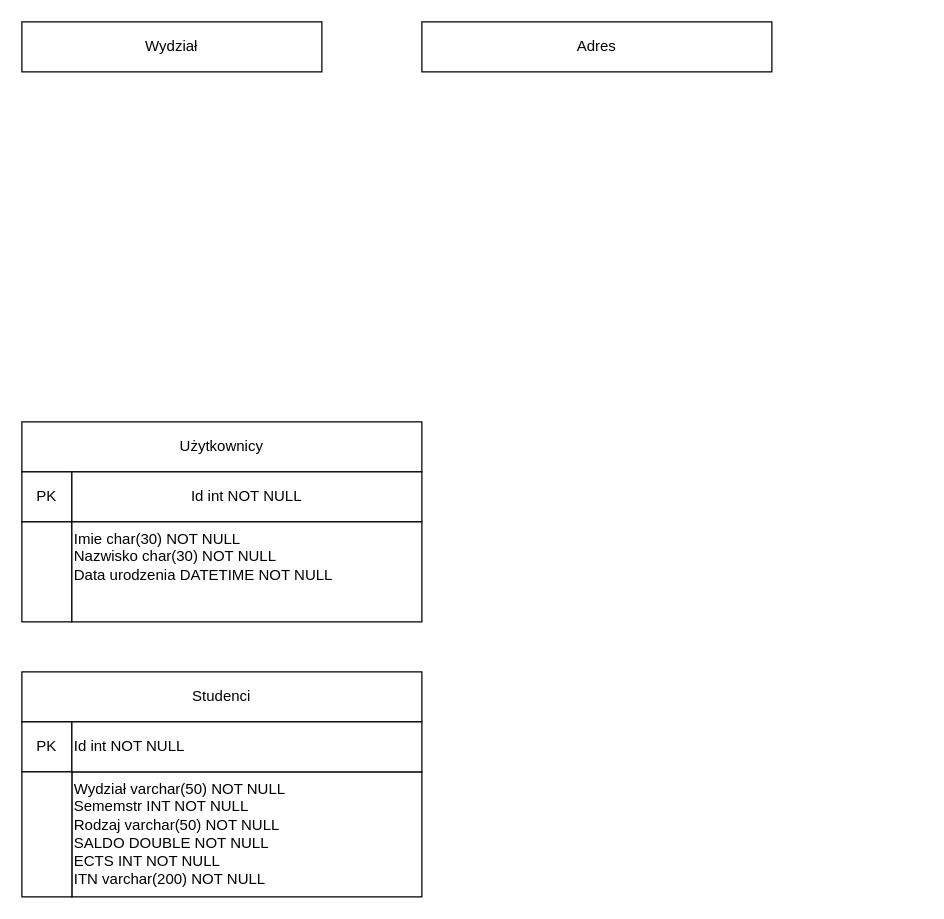
Earlier version of the draw.io diagram lab01/Untitled Diagram.drawio (DarkTemplar1/rbd_lab_tasks). Source tidied: cells renumbered, new cells numbered last; positions are measured from the earlier drawing's top-left corner, leaving out a move shared by most shapes. Both pictures are drawn from the tidied source at 125%, with x=0, y=0 at pixel (21, 21).
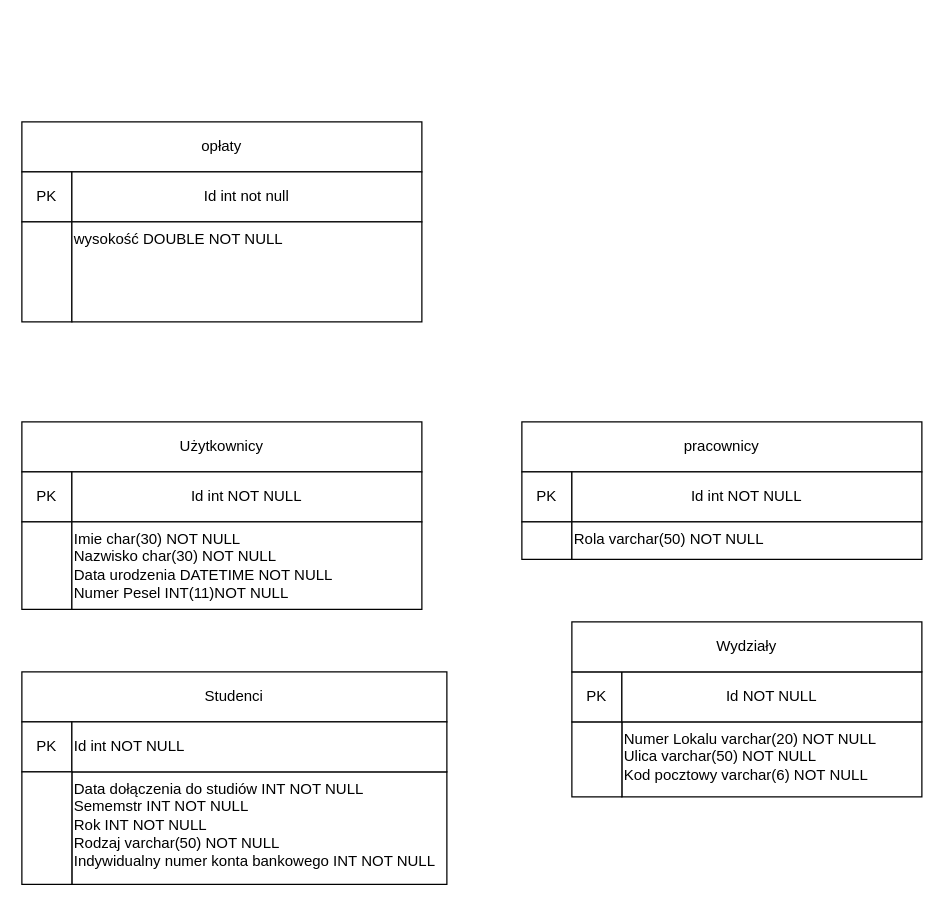
Above is the later version.

Change to the diagram source:
```diff
@@
-    <mxCell id="2" value="Wydział" style="rounded=0;whiteSpace=wrap;html=1;" parent="1" vertex="1">
-      <mxGeometry width="240" height="40" as="geometry" />
-    </mxCell>
-    <mxCell id="3" value="Adres&lt;br&gt;" style="rounded=0;whiteSpace=wrap;html=1;" parent="1" vertex="1">
-      <mxGeometry x="320" width="280" height="40" as="geometry" />
-    </mxCell>
@@
     <mxCell id="7" style="rounded=0;whiteSpace=wrap;html=1;" parent="1" vertex="1">
-      <mxGeometry y="400" width="40" height="80" as="geometry" />
+      <mxGeometry y="400" width="40" height="70" as="geometry" />
     </mxCell>
-    <mxCell id="8" value="Imie char(30) NOT NULL&lt;br&gt;Nazwisko char(30) NOT NULL&lt;br&gt;Data urodzenia DATETIME NOT NULL" style="rounded=0;whiteSpace=wrap;html=1;verticalAlign=top;align=left;" parent="1" vertex="1">
-      <mxGeometry x="40" y="400" width="280" height="80" as="geometry" />
+    <mxCell id="8" value="Imie char(30) NOT NULL&lt;br&gt;Nazwisko char(30) NOT NULL&lt;br&gt;Data urodzenia DATETIME NOT NULL&lt;br&gt;Numer Pesel INT(11)NOT NULL" style="rounded=0;whiteSpace=wrap;html=1;verticalAlign=top;align=left;" parent="1" vertex="1">
+      <mxGeometry x="40" y="400" width="280" height="70" as="geometry" />
     </mxCell>
     <mxCell id="9" value="Studenci" style="rounded=0;whiteSpace=wrap;html=1;" parent="1" vertex="1">
-      <mxGeometry y="520" width="320" height="40" as="geometry" />
+      <mxGeometry y="520" width="340" height="40" as="geometry" />
     </mxCell>
-    <mxCell id="10" value="Wydział varchar(50) NOT NULL&lt;br&gt;Sememstr INT NOT NULL&lt;br&gt;Rodzaj varchar(50) NOT NULL&lt;br&gt;SALDO DOUBLE NOT NULL&amp;nbsp;&lt;br&gt;ECTS INT NOT NULL&lt;br&gt;ITN varchar(200) NOT NULL" style="rounded=0;whiteSpace=wrap;html=1;verticalAlign=top;align=left;" parent="1" vertex="1">
-      <mxGeometry x="40" y="600" width="280" height="100" as="geometry" />
+    <mxCell id="10" value="Data dołączenia do studiów INT NOT NULL&lt;br style=&quot;border-color: var(--border-color);&quot;&gt;Sememstr INT NOT NULL&lt;br&gt;Rok INT NOT NULL&lt;br&gt;Rodzaj varchar(50) NOT NULL&lt;br&gt;Indywidualny numer konta bankowego INT NOT NULL" style="rounded=0;whiteSpace=wrap;html=1;verticalAlign=top;align=left;" parent="1" vertex="1">
+      <mxGeometry x="40" y="600" width="300" height="90" as="geometry" />
     </mxCell>
@@
     <mxCell id="12" value="Id int NOT NULL" style="rounded=0;whiteSpace=wrap;html=1;align=left;" parent="1" vertex="1">
-      <mxGeometry x="40" y="560" width="280" height="40" as="geometry" />
+      <mxGeometry x="40" y="560" width="300" height="40" as="geometry" />
     </mxCell>
     <mxCell id="13" style="rounded=0;whiteSpace=wrap;html=1;" parent="1" vertex="1">
-      <mxGeometry y="600" width="40" height="100" as="geometry" />
+      <mxGeometry y="600" width="40" height="90" as="geometry" />
     </mxCell>
+    <mxCell id="14" value="pracownicy" style="rounded=0;whiteSpace=wrap;html=1;" parent="1" vertex="1">
+      <mxGeometry x="400" y="320" width="320" height="40" as="geometry" />
+    </mxCell>
+    <mxCell id="15" value="PK" style="rounded=0;whiteSpace=wrap;html=1;" parent="1" vertex="1">
+      <mxGeometry x="400" y="360" width="40" height="40" as="geometry" />
+    </mxCell>
+    <mxCell id="16" value="Id int NOT NULL" style="rounded=0;whiteSpace=wrap;html=1;" parent="1" vertex="1">
+      <mxGeometry x="440" y="360" width="280" height="40" as="geometry" />
+    </mxCell>
+    <mxCell id="17" style="rounded=0;whiteSpace=wrap;html=1;" parent="1" vertex="1">
+      <mxGeometry x="400" y="400" width="40" height="30" as="geometry" />
+    </mxCell>
+    <mxCell id="18" value="Rola varchar(50) NOT NULL" style="rounded=0;whiteSpace=wrap;html=1;verticalAlign=top;align=left;" parent="1" vertex="1">
+      <mxGeometry x="440" y="400" width="280" height="30" as="geometry" />
+    </mxCell>
+    <mxCell id="19" value="Numer Lokalu varchar(20) NOT NULL&lt;br&gt;Ulica varchar(50) NOT NULL&lt;br&gt;Kod pocztowy varchar(6) NOT NULL" style="rounded=0;whiteSpace=wrap;html=1;align=left;verticalAlign=top;" parent="1" vertex="1">
+      <mxGeometry x="480" y="560" width="240" height="60" as="geometry" />
+    </mxCell>
+    <mxCell id="20" style="rounded=0;whiteSpace=wrap;html=1;" parent="1" vertex="1">
+      <mxGeometry x="440" y="560" width="40" height="60" as="geometry" />
+    </mxCell>
+    <mxCell id="21" value="PK" style="rounded=0;whiteSpace=wrap;html=1;" parent="1" vertex="1">
+      <mxGeometry x="440" y="520" width="40" height="40" as="geometry" />
+    </mxCell>
+    <mxCell id="22" value="Id NOT NULL" style="rounded=0;whiteSpace=wrap;html=1;" parent="1" vertex="1">
+      <mxGeometry x="480" y="520" width="240" height="40" as="geometry" />
+    </mxCell>
+    <mxCell id="23" value="Wydziały" style="rounded=0;whiteSpace=wrap;html=1;" parent="1" vertex="1">
+      <mxGeometry x="440" y="480" width="280" height="40" as="geometry" />
+    </mxCell>
+    <mxCell id="24" value="opłaty" style="rounded=0;whiteSpace=wrap;html=1;" parent="1" vertex="1">
+      <mxGeometry y="80" width="320" height="40" as="geometry" />
+    </mxCell>
+    <mxCell id="25" value="PK" style="rounded=0;whiteSpace=wrap;html=1;" parent="1" vertex="1">
+      <mxGeometry y="120" width="40" height="40" as="geometry" />
+    </mxCell>
+    <mxCell id="26" value="Id int not null" style="rounded=0;whiteSpace=wrap;html=1;" parent="1" vertex="1">
+      <mxGeometry x="40" y="120" width="280" height="40" as="geometry" />
+    </mxCell>
+    <mxCell id="27" style="rounded=0;whiteSpace=wrap;html=1;" parent="1" vertex="1">
+      <mxGeometry y="160" width="40" height="80" as="geometry" />
+    </mxCell>
+    <mxCell id="28" value="wysokość DOUBLE NOT NULL&lt;br&gt;" style="rounded=0;whiteSpace=wrap;html=1;align=left;verticalAlign=top;" parent="1" vertex="1">
+      <mxGeometry x="40" y="160" width="280" height="80" as="geometry" />
+    </mxCell>
```
